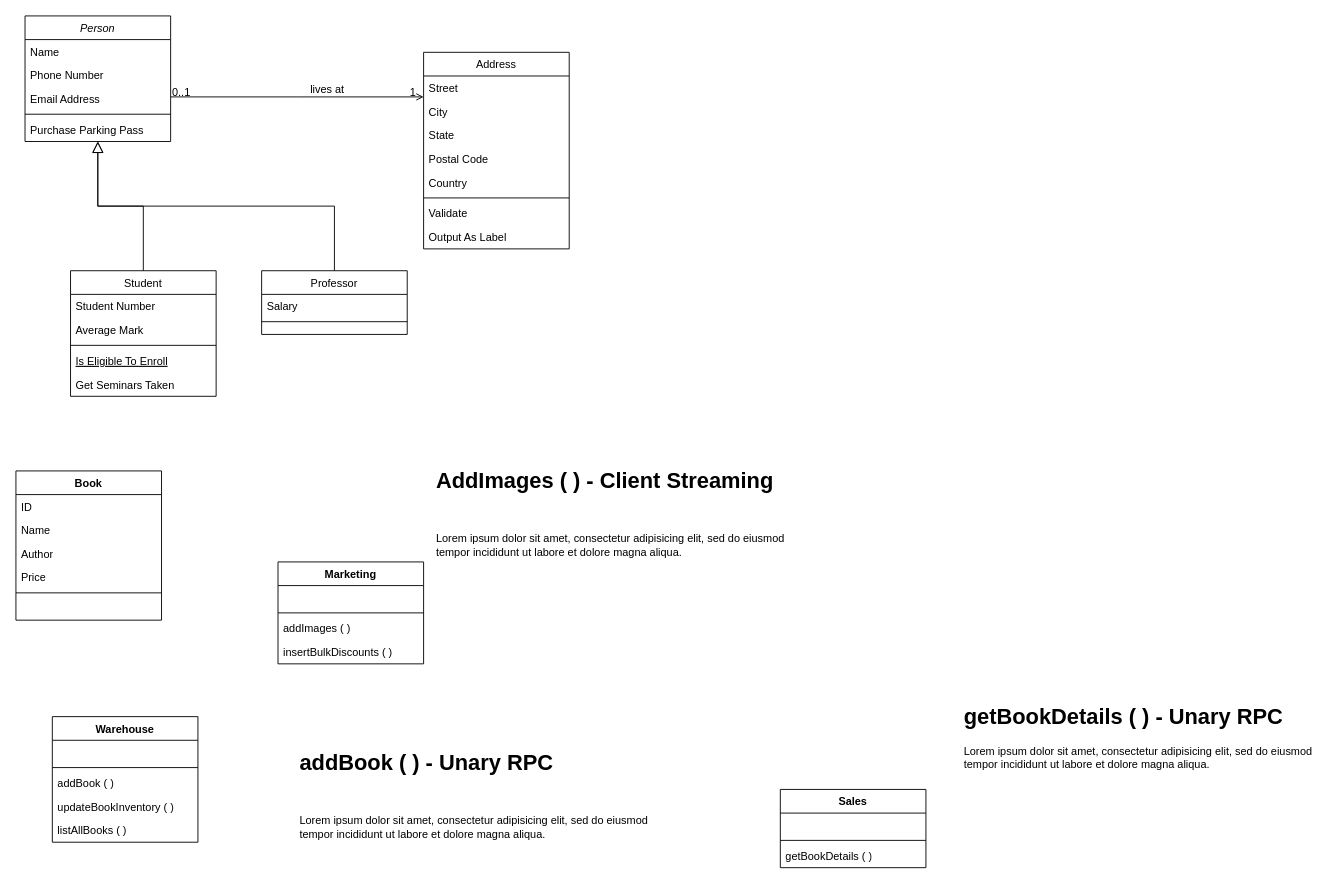
sergio-oliveira-br/distsys keeps this draw.io diagram as Question1_gRPC.drawio. Above is the earlier version. Source tidied: cells renumbered, new cells numbered last; positions are measured from the earlier drawing's top-left corner, leaving out a move shared by most shapes. Both pictures are drawn from the tidied source at 91%, with x=0, y=0 at pixel (15, 15).
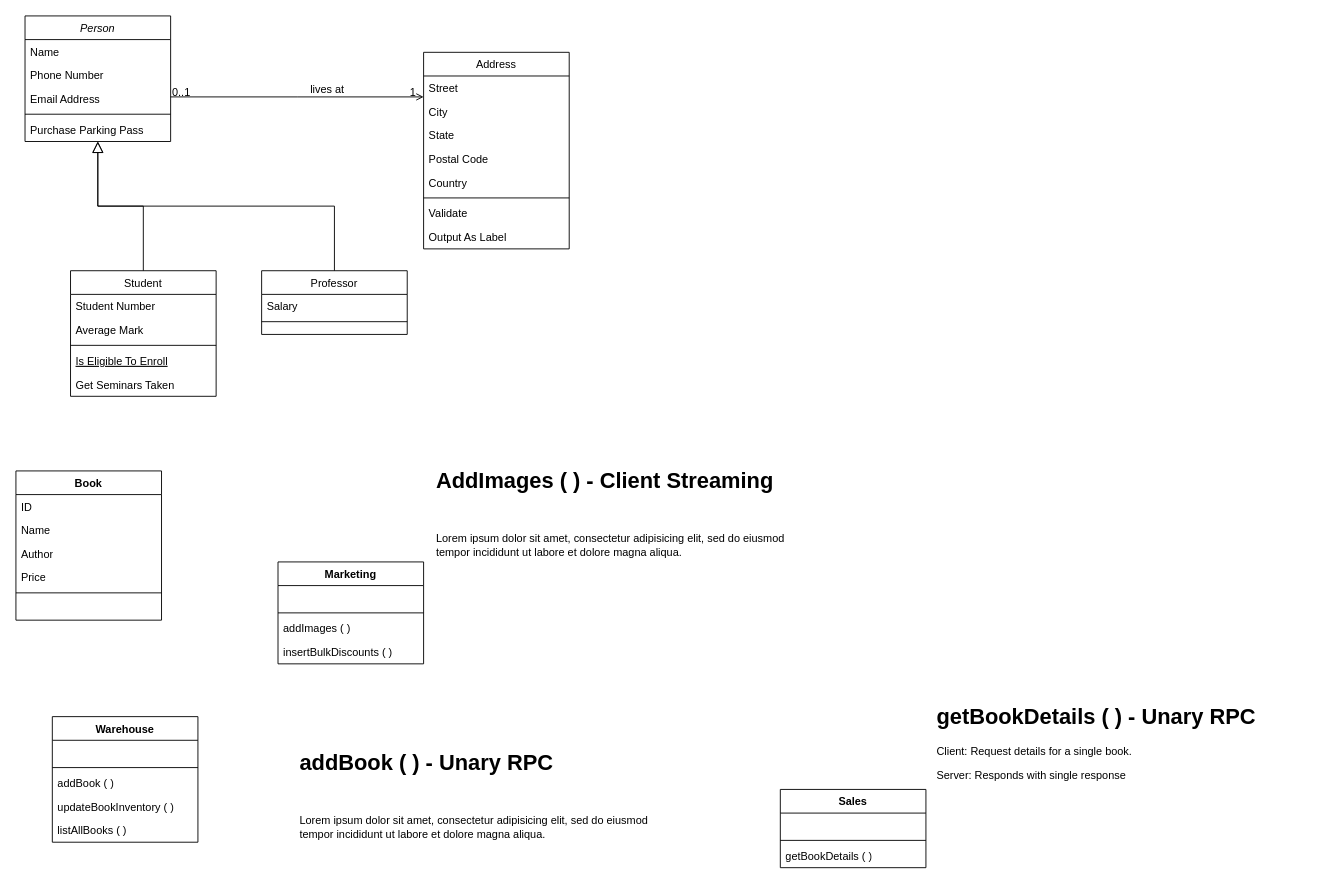
The same page after the edit.

What changed in the source:
```diff
@@
-    <mxCell id="56" value="&lt;h1 style=&quot;margin-top: 0px;&quot;&gt;getBookDetails ( ) - Unary RPC&lt;/h1&gt;&lt;p&gt;Lorem ipsum dolor sit amet, consectetur adipisicing elit, sed do eiusmod tempor incididunt ut labore et dolore magna aliqua.&lt;/p&gt;" style="text;html=1;whiteSpace=wrap;overflow=hidden;rounded=0;" parent="1" vertex="1">
-      <mxGeometry x="1040" y="750" width="390" height="120" as="geometry" />
+    <mxCell id="56" value="&lt;h1 style=&quot;margin-top: 0px;&quot;&gt;getBookDetails ( ) - Unary RPC&lt;/h1&gt;&lt;p&gt;Client: Request details for a single book.&lt;/p&gt;&lt;p&gt;Server: Responds with single response&lt;/p&gt;" style="text;html=1;whiteSpace=wrap;overflow=hidden;rounded=0;" parent="1" vertex="1">
+      <mxGeometry x="1010" y="750" width="390" height="120" as="geometry" />
     </mxCell>
```
